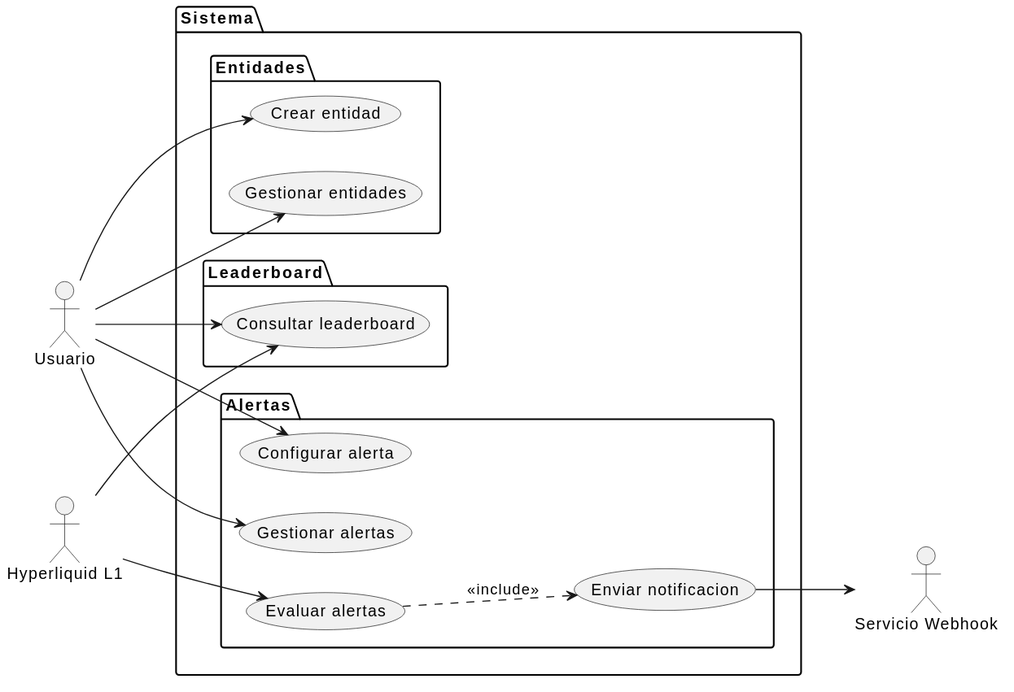
Earlier version of the PlantUML export imagenes/capitulo2/estructuraCdU.svg (nekiiiiis/tfg).
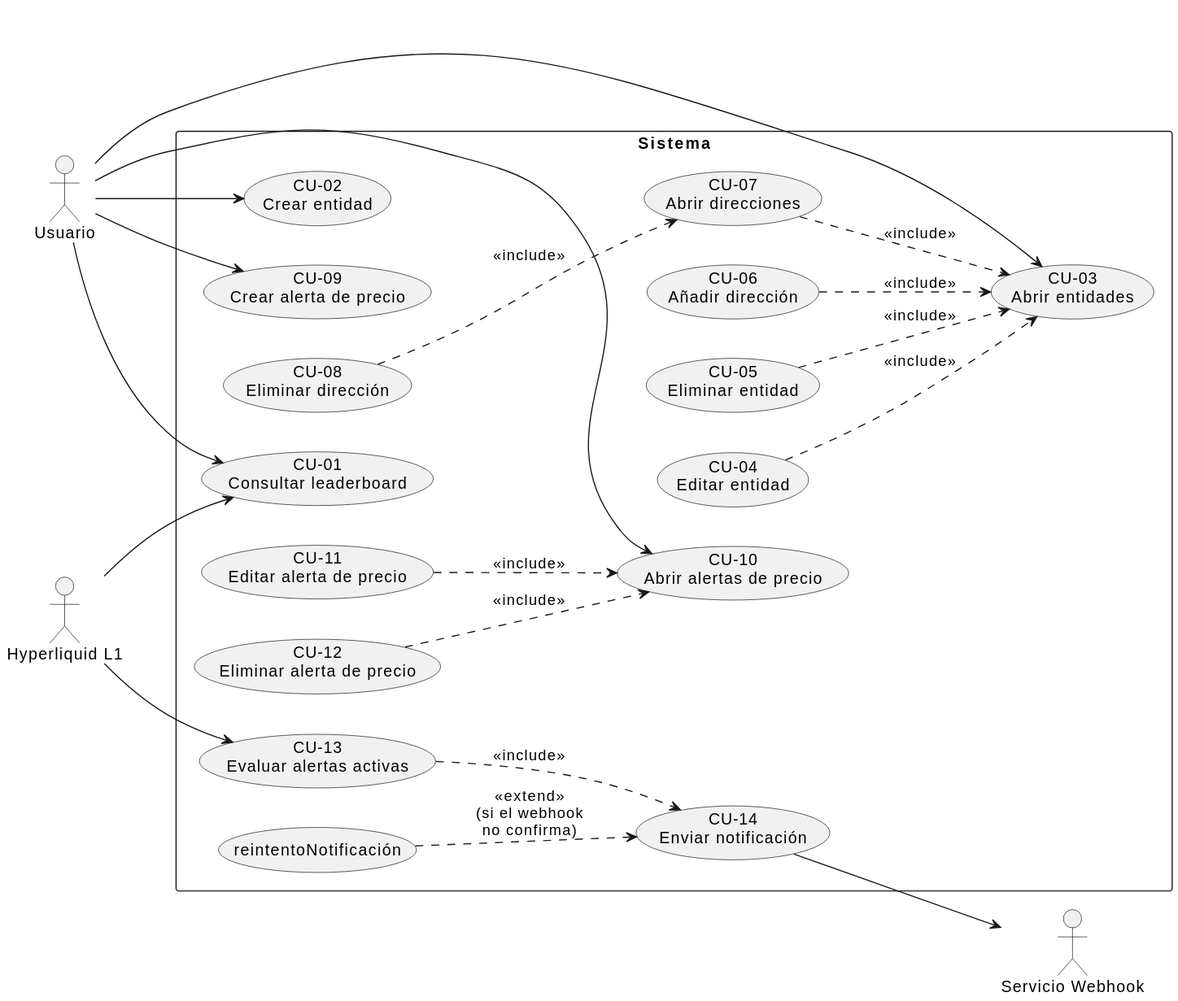
The same diagram one commit later.

Change to the diagram source:
```diff
@@ -5,34 +5,47 @@
 actor "Hyperliquid L1" as HL
 actor "Servicio Webhook" as SW
 
-package "Sistema" {
-  package "Leaderboard" {
-    usecase "Consultar leaderboard" as CU01
-  }
+rectangle "Sistema" {
+  usecase "CU-01\nConsultar leaderboard" as UC01
 
-  package "Entidades" {
-    usecase "Crear entidad" as CU02
-    usecase "Gestionar entidades" as CU03
-  }
+  usecase "CU-02\nCrear entidad"    as UC02
+  usecase "CU-03\nAbrir entidades"  as UC03
+  usecase "CU-04\nEditar entidad"   as UC04
+  usecase "CU-05\nEliminar entidad" as UC05
 
-  package "Alertas" {
-    usecase "Configurar alerta" as CU04
-    usecase "Gestionar alertas" as CU05
-    usecase "Evaluar alertas" as CU06
-    usecase "Enviar notificacion" as CU07
-  }
+  usecase "CU-06\nAñadir dirección"   as UC06
+  usecase "CU-07\nAbrir direcciones"  as UC07
+  usecase "CU-08\nEliminar dirección" as UC08
+
+  usecase "CU-09\nCrear alerta de precio"    as UC09
+  usecase "CU-10\nAbrir alertas de precio"   as UC10
+  usecase "CU-11\nEditar alerta de precio"   as UC11
+  usecase "CU-12\nEliminar alerta de precio" as UC12
+
+  usecase "CU-13\nEvaluar alertas activas" as UC13
+  usecase "CU-14\nEnviar notificación"     as UC14
+  usecase "reintentoNotificación"          as UCRN
 }
 
-U --> CU01
-U --> CU02
-U --> CU03
-U --> CU04
-U --> CU05
+U --> UC01
+U --> UC02
+U --> UC03
+U --> UC09
+U --> UC10
 
-HL --> CU01
-HL --> CU06
+HL --> UC01
+HL --> UC13
 
-CU07 --> SW
+UC14 --> SW
 
-CU06 ..> CU07 : <<include>>
+UC04 ..> UC03 : <<include>>
+UC05 ..> UC03 : <<include>>
+UC06 ..> UC03 : <<include>>
+UC07 ..> UC03 : <<include>>
+UC08 ..> UC07 : <<include>>
+UC11 ..> UC10 : <<include>>
+UC12 ..> UC10 : <<include>>
+UC13 ..> UC14 : <<include>>
+
+UCRN ..> UC14 : <<extend>>\n(si el webhook\nno confirma)
 @enduml
```
